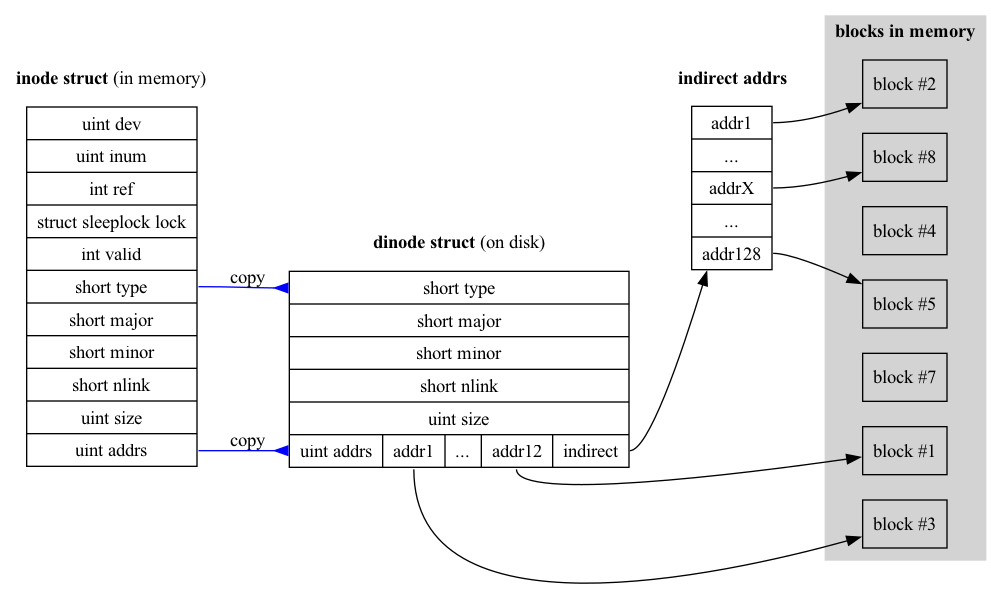
Above: img/inode-relation.dot.png in Jeanhwea/xv6-course (Graphviz), before the change. Its source is kept beside it as img/inode-relation.dot.
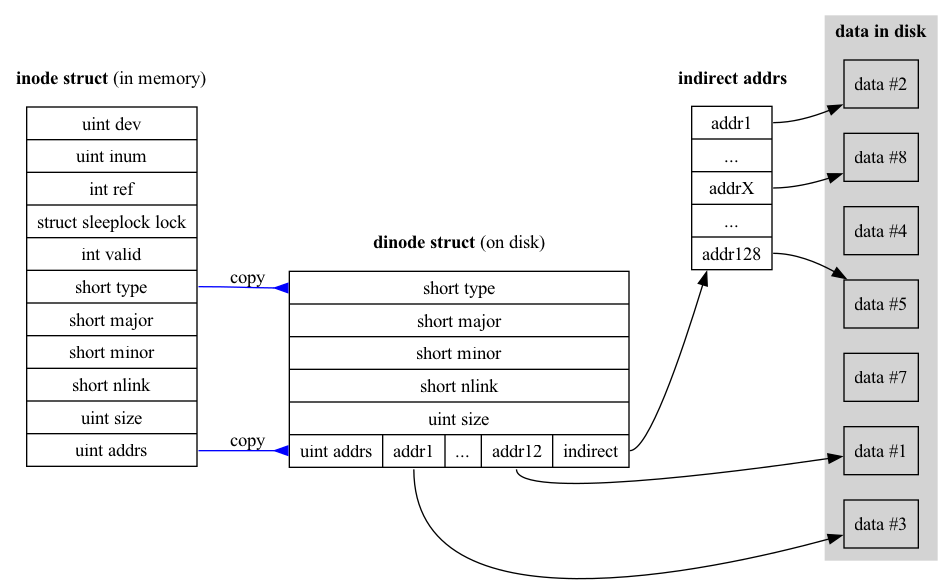
After the commit.

Change to the diagram source:
```diff
@@ -17,14 +17,14 @@
     indirect [label="<i1>addr1|...|<ix>addrX|...|<i2>addr128"];
   }
   subgraph cluster_data {
-    label =<<b>blocks in memory</b>>; style=filled; color=lightgray;
-    data2  [label="block #1"];
-    data1  [label="block #3"];
-    data4  [label="block #4"];
-    idata1 [label="block #2"];
-    data7  [label="block #7"];
-    idataX [label="block #8"];
-    idata2 [label="block #5"];
+    label =<<b>data in disk</b>>; style=filled; color=lightgray;
+    data2  [label="data #1"];
+    data1  [label="data #3"];
+    data4  [label="data #4"];
+    idata1 [label="data #2"];
+    data7  [label="data #7"];
+    idataX [label="data #8"];
+    idata2 [label="data #5"];
   }
 
   dinode:d1 -> data1;
```
